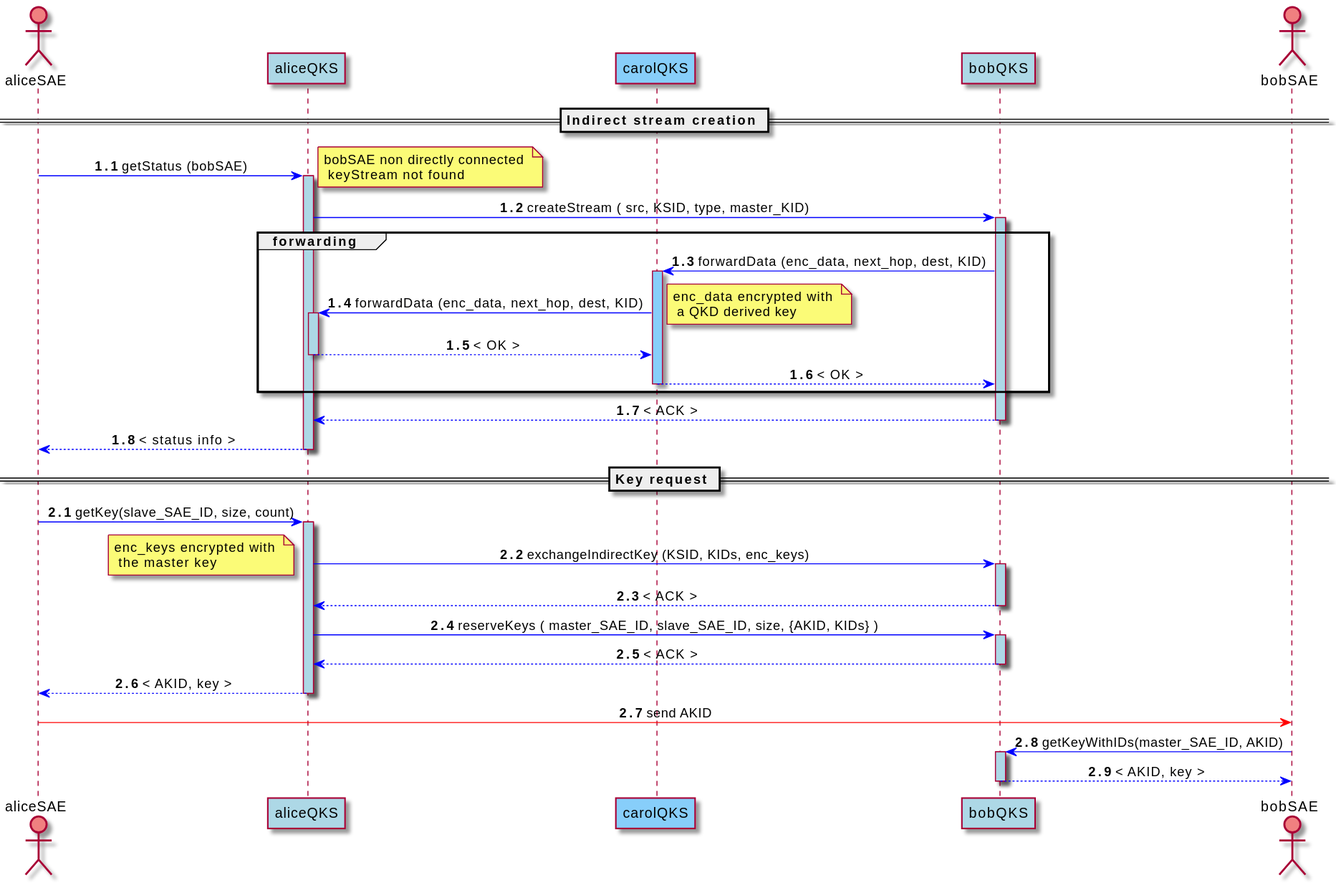
Above: docs/img/TN_sequence_diagram.svg in ignaziopedone/qkd-keyserver (PlantUML), before the change.
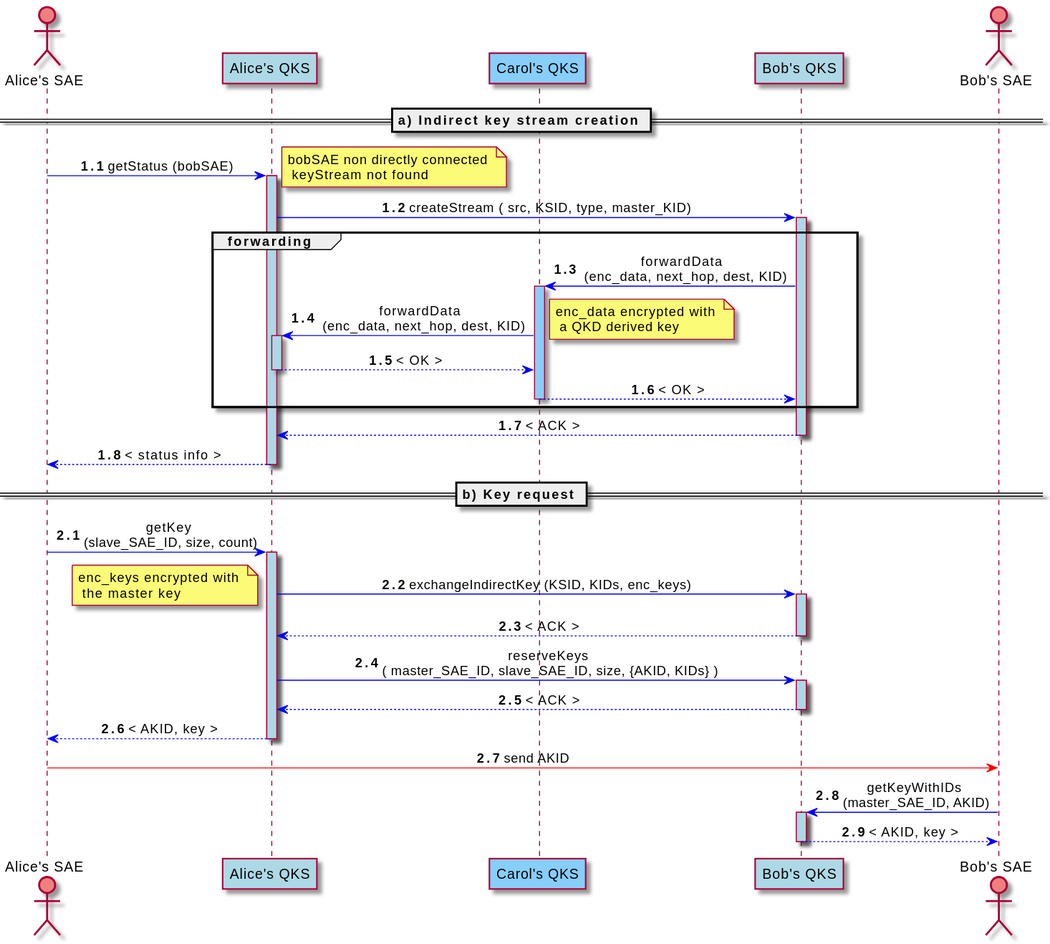
Later version of the same file.

Commit message:
updated sequence diagrams

The edit, as a diff of the source:
```diff
@@ -1,20 +1,20 @@
 @startuml
 skinparam sequenceMessageAlign center
-actor aliceSAE as ASAE order 1  #lightCoral
-actor bobSAE as BSAE order 5  #lightCoral
-participant aliceQKS as AQKS order 2 #LightBlue
-participant bobQKS as BQKS order 4 #LightBlue
-participant carolQKS as CQKS order 3 #lightskyblue
+actor "Alice's SAE" as ASAE order 1  #lightCoral
+actor "Bob's SAE" as BSAE order 5  #lightCoral
+participant "Alice's QKS" as AQKS order 2 #LightBlue
+participant "Bob's QKS" as BQKS order 4 #LightBlue
+participant "Carol's QKS" as CQKS order 3 #lightskyblue
 
-== Indirect stream creation ==
+== a) Indirect key stream creation ==
 autonumber 1.1
 ASAE -[#blue]> AQKS ++ #LightBlue: getStatus (bobSAE)
 note right: bobSAE non directly connected \n keyStream not found
 AQKS -[#blue]> BQKS ++ #lightblue : createStream ( src, KSID, type, master_KID)
 
 group forwarding
-BQKS -[#blue]> CQKS ++ #lightskyblue: forwardData (enc_data, next_hop, dest, KID)
-CQKS -[#blue]> AQKS ++ #lightblue: forwardData (enc_data, next_hop, dest, KID)
+BQKS -[#blue]> CQKS ++ #lightskyblue: forwardData \n (enc_data, next_hop, dest, KID)
+CQKS -[#blue]> AQKS ++ #lightblue: forwardData \n (enc_data, next_hop, dest, KID)
 note right: enc_data encrypted with \n a QKD derived key
 AQKS -[#blue]-> CQKS --: < OK >
 CQKS -[#blue]-> BQKS --: < OK >
@@ -24,16 +24,16 @@
 AQKS -[#blue]-> ASAE --: < status info >
 
 
-== Key request ==
+== b) Key request ==
 autonumber inc A
-ASAE -[#blue]> AQKS ++ #LightBlue: getKey(slave_SAE_ID, size, count)
+ASAE -[#blue]> AQKS ++ #LightBlue: getKey \n(slave_SAE_ID, size, count)
 AQKS -[#blue]> BQKS ++ #LightBlue: exchangeIndirectKey (KSID, KIDs, enc_keys)
 note left: enc_keys encrypted with \n the master key
 BQKS -[#blue]-> AQKS --: < ACK >
-AQKS -[#blue]> BQKS ++ #LightBlue:  reserveKeys ( master_SAE_ID, slave_SAE_ID, size, {AKID, KIDs} )
+AQKS -[#blue]> BQKS ++ #LightBlue:  reserveKeys \n( master_SAE_ID, slave_SAE_ID, size, {AKID, KIDs} )
 BQKS -[#blue]-> AQKS --: < ACK >
 AQKS -[#blue]-> ASAE -- : < AKID, key >
 ASAE -[#red]> BSAE : send AKID
-BSAE -[#blue]> BQKS ++ #LightBlue: getKeyWithIDs(master_SAE_ID, AKID)
+BSAE -[#blue]> BQKS ++ #LightBlue: getKeyWithIDs \n(master_SAE_ID, AKID)
 BQKS -[#blue]-> BSAE --: < AKID, key >
 @enduml
```
